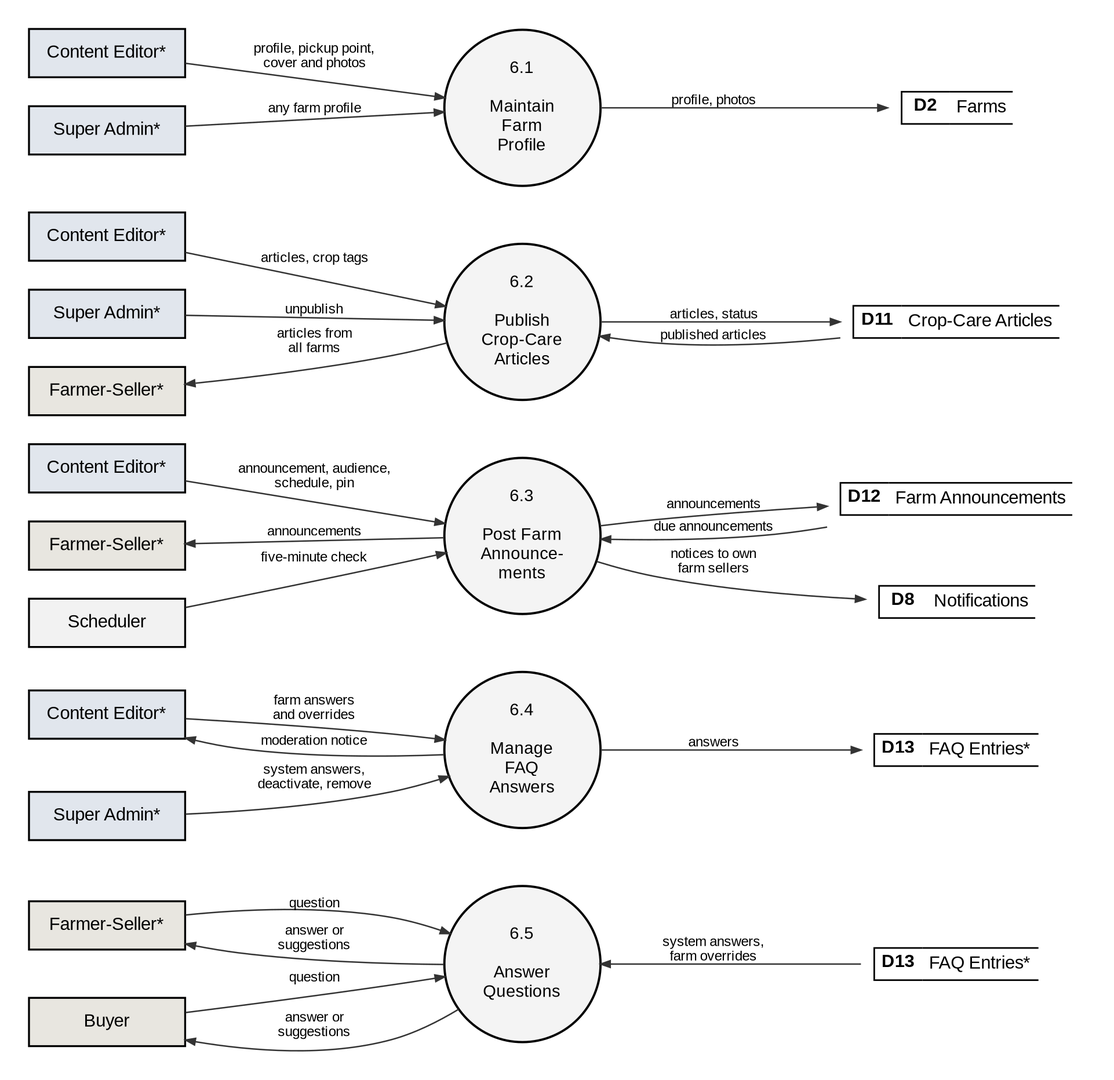
Above: docs/manuscript/figures/fig6_2_6_dfd_level2.png in shawncastaneda11-commits/anihow-backend (Graphviz), before the change. Its source is kept beside it as docs/manuscript/figures/src/fig6_2_6_dfd_level2.dot.
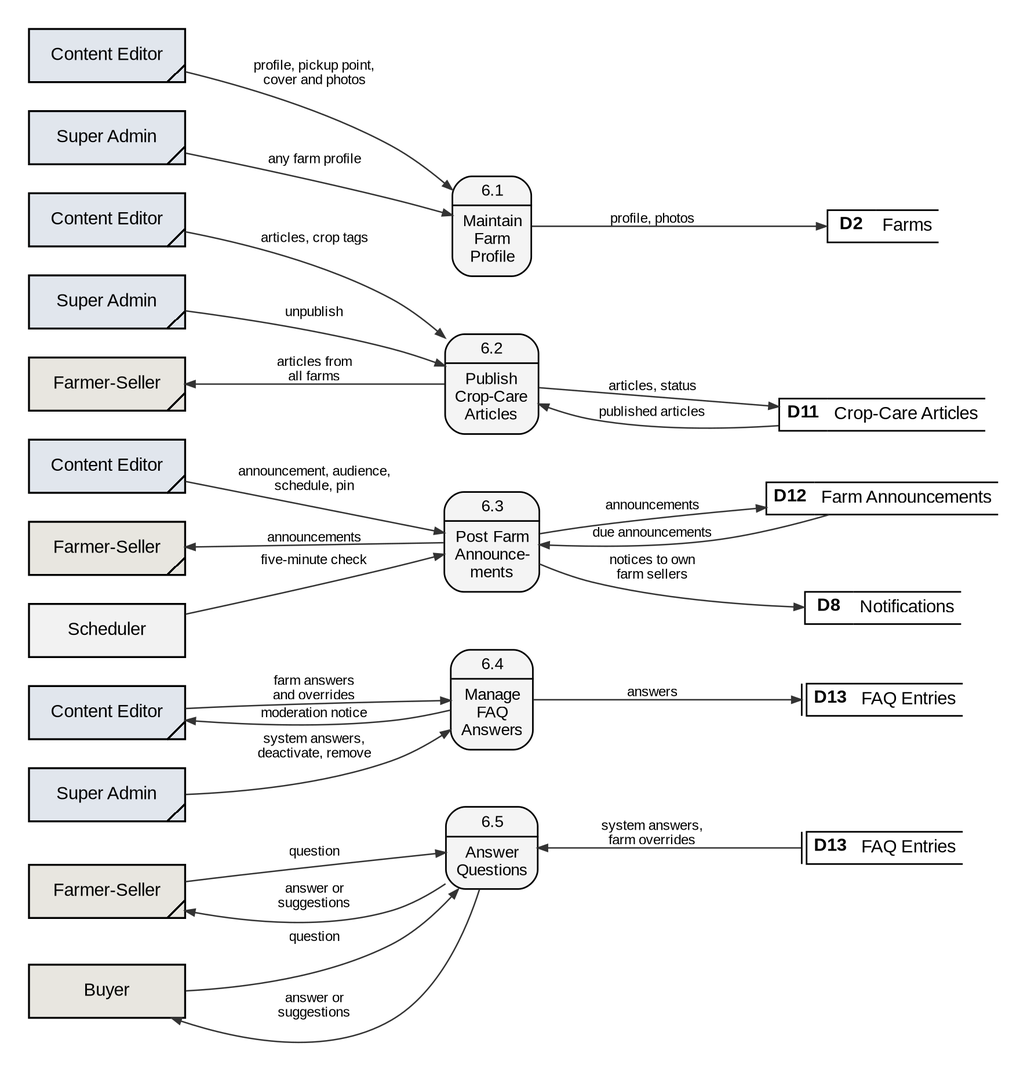
After the change.

Diff of the diagram source:
```diff
@@ -2,29 +2,29 @@
   graph [rankdir=LR, nodesep=0.25, ranksep=0.9, pad=0.25, fontname="Liberation Sans", newrank=true];
   node  [fontname="Liberation Sans", fontsize=11];
   edge  [penwidth=0.9, arrowsize=0.6, color="#333333", fontname="Liberation Sans", fontsize=8.5];
-  q6a [shape=circle, style=filled, fillcolor="#F4F4F4", penwidth=1.4, fixedsize=true, width=1.35, fontsize=10.5, label="6.1\n\nMaintain\nFarm\nProfile"];
-  ce_q6a [shape=box, style=filled, fillcolor="#E1E6ED", penwidth=1.2, width=1.35, height=0.42, label="Content Editor*"];
-  sa_q6a [shape=box, style=filled, fillcolor="#E1E6ED", penwidth=1.2, width=1.35, height=0.42, label="Super Admin*"];
-  D2_q6a [shape=plaintext, label=<<TABLE BORDER="0" CELLBORDER="1" CELLSPACING="0" CELLPADDING="3"><TR><TD SIDES="TBL" WIDTH="30"><B>D2</B></TD><TD SIDES="TB" ALIGN="LEFT">Farms</TD></TR></TABLE>>];
-  q6b [shape=circle, style=filled, fillcolor="#F4F4F4", penwidth=1.4, fixedsize=true, width=1.35, fontsize=10.5, label="6.2\n\nPublish\nCrop-Care\nArticles"];
-  ce_q6b [shape=box, style=filled, fillcolor="#E1E6ED", penwidth=1.2, width=1.35, height=0.42, label="Content Editor*"];
-  sa_q6b [shape=box, style=filled, fillcolor="#E1E6ED", penwidth=1.2, width=1.35, height=0.42, label="Super Admin*"];
-  D11_q6b [shape=plaintext, label=<<TABLE BORDER="0" CELLBORDER="1" CELLSPACING="0" CELLPADDING="3"><TR><TD SIDES="TBL" WIDTH="30"><B>D11</B></TD><TD SIDES="TB" ALIGN="LEFT">Crop-Care Articles</TD></TR></TABLE>>];
-  fs_q6b [shape=box, style=filled, fillcolor="#E8E6E0", penwidth=1.2, width=1.35, height=0.42, label="Farmer-Seller*"];
-  q6c [shape=circle, style=filled, fillcolor="#F4F4F4", penwidth=1.4, fixedsize=true, width=1.35, fontsize=10.5, label="6.3\n\nPost Farm\nAnnounce-\nments"];
-  ce_q6c [shape=box, style=filled, fillcolor="#E1E6ED", penwidth=1.2, width=1.35, height=0.42, label="Content Editor*"];
-  fs_q6c [shape=box, style=filled, fillcolor="#E8E6E0", penwidth=1.2, width=1.35, height=0.42, label="Farmer-Seller*"];
-  D12_q6c [shape=plaintext, label=<<TABLE BORDER="0" CELLBORDER="1" CELLSPACING="0" CELLPADDING="3"><TR><TD SIDES="TBL" WIDTH="30"><B>D12</B></TD><TD SIDES="TB" ALIGN="LEFT">Farm Announcements</TD></TR></TABLE>>];
-  sch_q6c [shape=box, style=filled, fillcolor="#F2F2F2", penwidth=1.2, width=1.35, height=0.42, label="Scheduler"];
-  D8_q6c [shape=plaintext, label=<<TABLE BORDER="0" CELLBORDER="1" CELLSPACING="0" CELLPADDING="3"><TR><TD SIDES="TBL" WIDTH="30"><B>D8</B></TD><TD SIDES="TB" ALIGN="LEFT">Notifications</TD></TR></TABLE>>];
-  q6d [shape=circle, style=filled, fillcolor="#F4F4F4", penwidth=1.4, fixedsize=true, width=1.35, fontsize=10.5, label="6.4\n\nManage\nFAQ\nAnswers"];
-  ce_q6d [shape=box, style=filled, fillcolor="#E1E6ED", penwidth=1.2, width=1.35, height=0.42, label="Content Editor*"];
-  sa_q6d [shape=box, style=filled, fillcolor="#E1E6ED", penwidth=1.2, width=1.35, height=0.42, label="Super Admin*"];
-  D13_q6d [shape=plaintext, label=<<TABLE BORDER="0" CELLBORDER="1" CELLSPACING="0" CELLPADDING="3"><TR><TD SIDES="TBL" WIDTH="30"><B>D13</B></TD><TD SIDES="TB" ALIGN="LEFT">FAQ Entries*</TD></TR></TABLE>>];
-  q6e [shape=circle, style=filled, fillcolor="#F4F4F4", penwidth=1.4, fixedsize=true, width=1.35, fontsize=10.5, label="6.5\n\nAnswer\nQuestions"];
-  fs_q6e [shape=box, style=filled, fillcolor="#E8E6E0", penwidth=1.2, width=1.35, height=0.42, label="Farmer-Seller*"];
-  D13_q6e [shape=plaintext, label=<<TABLE BORDER="0" CELLBORDER="1" CELLSPACING="0" CELLPADDING="3"><TR><TD SIDES="TBL" WIDTH="30"><B>D13</B></TD><TD SIDES="TB" ALIGN="LEFT">FAQ Entries*</TD></TR></TABLE>>];
-  by_q6e [shape=box, style=filled, fillcolor="#E8E6E0", penwidth=1.2, width=1.35, height=0.42, label="Buyer"];
+  q6a [shape=plaintext, margin=0, width=0, height=0, label=<<TABLE STYLE="ROUNDED" BORDER="1" CELLBORDER="0" CELLSPACING="0" CELLPADDING="3" BGCOLOR="#F4F4F4"><TR><TD><FONT POINT-SIZE="10.5">6.1</FONT></TD></TR><HR/><TR><TD CELLPADDING="5"><FONT POINT-SIZE="10.5">Maintain<BR/>Farm<BR/>Profile</FONT></TD></TR></TABLE>>];
+  ce_q6a [shape=box, style=filled, fillcolor="#E1E6ED", penwidth=1.2, width=1.35, height=0.46, label="Content Editor", comment="gsdup"];
+  sa_q6a [shape=box, style=filled, fillcolor="#E1E6ED", penwidth=1.2, width=1.35, height=0.46, label="Super Admin", comment="gsdup"];
+  D2_q6a [shape=plaintext, margin=0, width=0, height=0, label=<<TABLE BORDER="0" CELLBORDER="1" CELLSPACING="0" CELLPADDING="3"><TR><TD SIDES="TBL" WIDTH="30"><B>D2</B></TD><TD SIDES="TB" ALIGN="LEFT">Farms</TD></TR></TABLE>>];
+  q6b [shape=plaintext, margin=0, width=0, height=0, label=<<TABLE STYLE="ROUNDED" BORDER="1" CELLBORDER="0" CELLSPACING="0" CELLPADDING="3" BGCOLOR="#F4F4F4"><TR><TD><FONT POINT-SIZE="10.5">6.2</FONT></TD></TR><HR/><TR><TD CELLPADDING="5"><FONT POINT-SIZE="10.5">Publish<BR/>Crop-Care<BR/>Articles</FONT></TD></TR></TABLE>>];
+  ce_q6b [shape=box, style=filled, fillcolor="#E1E6ED", penwidth=1.2, width=1.35, height=0.46, label="Content Editor", comment="gsdup"];
+  sa_q6b [shape=box, style=filled, fillcolor="#E1E6ED", penwidth=1.2, width=1.35, height=0.46, label="Super Admin", comment="gsdup"];
+  D11_q6b [shape=plaintext, margin=0, width=0, height=0, label=<<TABLE BORDER="0" CELLBORDER="1" CELLSPACING="0" CELLPADDING="3"><TR><TD SIDES="TBL" WIDTH="30"><B>D11</B></TD><TD SIDES="TB" ALIGN="LEFT">Crop-Care Articles</TD></TR></TABLE>>];
+  fs_q6b [shape=box, style=filled, fillcolor="#E8E6E0", penwidth=1.2, width=1.35, height=0.46, label="Farmer-Seller", comment="gsdup"];
+  q6c [shape=plaintext, margin=0, width=0, height=0, label=<<TABLE STYLE="ROUNDED" BORDER="1" CELLBORDER="0" CELLSPACING="0" CELLPADDING="3" BGCOLOR="#F4F4F4"><TR><TD><FONT POINT-SIZE="10.5">6.3</FONT></TD></TR><HR/><TR><TD CELLPADDING="5"><FONT POINT-SIZE="10.5">Post Farm<BR/>Announce-<BR/>ments</FONT></TD></TR></TABLE>>];
+  ce_q6c [shape=box, style=filled, fillcolor="#E1E6ED", penwidth=1.2, width=1.35, height=0.46, label="Content Editor", comment="gsdup"];
+  fs_q6c [shape=box, style=filled, fillcolor="#E8E6E0", penwidth=1.2, width=1.35, height=0.46, label="Farmer-Seller", comment="gsdup"];
+  D12_q6c [shape=plaintext, margin=0, width=0, height=0, label=<<TABLE BORDER="0" CELLBORDER="1" CELLSPACING="0" CELLPADDING="3"><TR><TD SIDES="TBL" WIDTH="30"><B>D12</B></TD><TD SIDES="TB" ALIGN="LEFT">Farm Announcements</TD></TR></TABLE>>];
+  sch_q6c [shape=box, style=filled, fillcolor="#F2F2F2", penwidth=1.2, width=1.35, height=0.46, label="Scheduler"];
+  D8_q6c [shape=plaintext, margin=0, width=0, height=0, label=<<TABLE BORDER="0" CELLBORDER="1" CELLSPACING="0" CELLPADDING="3"><TR><TD SIDES="TBL" WIDTH="30"><B>D8</B></TD><TD SIDES="TB" ALIGN="LEFT">Notifications</TD></TR></TABLE>>];
+  q6d [shape=plaintext, margin=0, width=0, height=0, label=<<TABLE STYLE="ROUNDED" BORDER="1" CELLBORDER="0" CELLSPACING="0" CELLPADDING="3" BGCOLOR="#F4F4F4"><TR><TD><FONT POINT-SIZE="10.5">6.4</FONT></TD></TR><HR/><TR><TD CELLPADDING="5"><FONT POINT-SIZE="10.5">Manage<BR/>FAQ<BR/>Answers</FONT></TD></TR></TABLE>>];
+  ce_q6d [shape=box, style=filled, fillcolor="#E1E6ED", penwidth=1.2, width=1.35, height=0.46, label="Content Editor", comment="gsdup"];
+  sa_q6d [shape=box, style=filled, fillcolor="#E1E6ED", penwidth=1.2, width=1.35, height=0.46, label="Super Admin", comment="gsdup"];
+  D13_q6d [shape=plaintext, margin=0, width=0, height=0, label=<<TABLE BORDER="0" CELLBORDER="1" CELLSPACING="0" CELLPADDING="3"><TR><TD SIDES="L" WIDTH="3" CELLPADDING="0"></TD><TD SIDES="TBL" WIDTH="30"><B>D13</B></TD><TD SIDES="TB" ALIGN="LEFT">FAQ Entries</TD></TR></TABLE>>];
+  q6e [shape=plaintext, margin=0, width=0, height=0, label=<<TABLE STYLE="ROUNDED" BORDER="1" CELLBORDER="0" CELLSPACING="0" CELLPADDING="3" BGCOLOR="#F4F4F4"><TR><TD><FONT POINT-SIZE="10.5">6.5</FONT></TD></TR><HR/><TR><TD CELLPADDING="5"><FONT POINT-SIZE="10.5">Answer<BR/>Questions</FONT></TD></TR></TABLE>>];
+  fs_q6e [shape=box, style=filled, fillcolor="#E8E6E0", penwidth=1.2, width=1.35, height=0.46, label="Farmer-Seller", comment="gsdup"];
+  D13_q6e [shape=plaintext, margin=0, width=0, height=0, label=<<TABLE BORDER="0" CELLBORDER="1" CELLSPACING="0" CELLPADDING="3"><TR><TD SIDES="L" WIDTH="3" CELLPADDING="0"></TD><TD SIDES="TBL" WIDTH="30"><B>D13</B></TD><TD SIDES="TB" ALIGN="LEFT">FAQ Entries</TD></TR></TABLE>>];
+  by_q6e [shape=box, style=filled, fillcolor="#E8E6E0", penwidth=1.2, width=1.35, height=0.46, label="Buyer"];
   ce_q6a -> q6a [label="profile, pickup point,\ncover and photos"];
   sa_q6a -> q6a [label="any farm profile"];
   q6a -> D2_q6a [label="profile, photos"];
```
